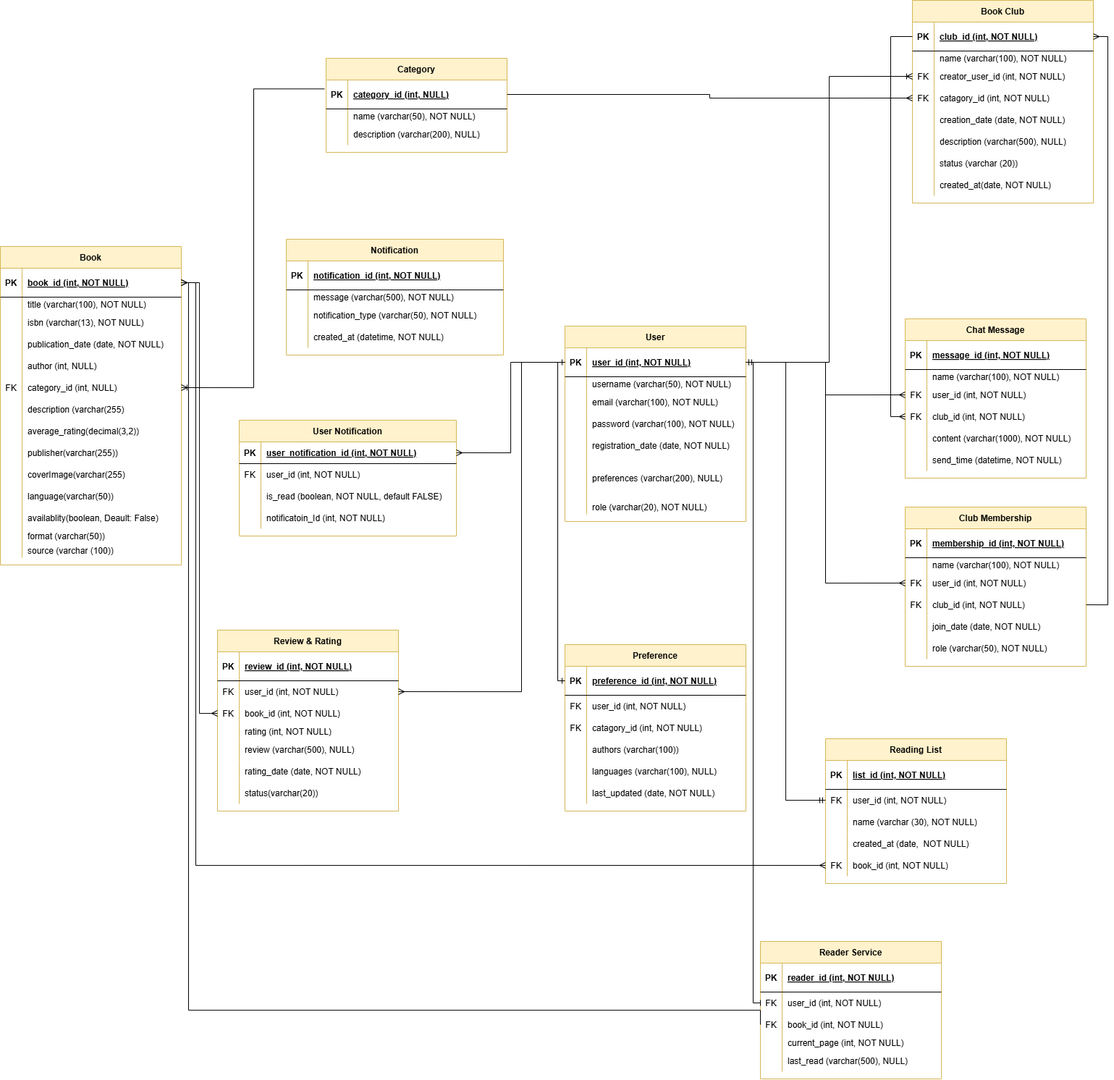
The draw.io diagram New folder/Untitled Diagram.drawio.png in Kkgenkai/Draw.io, before a commit. Source tidied: cells renumbered, new cells last; positions are measured from the earlier drawing's top-left corner, leaving out a move shared by most shapes.
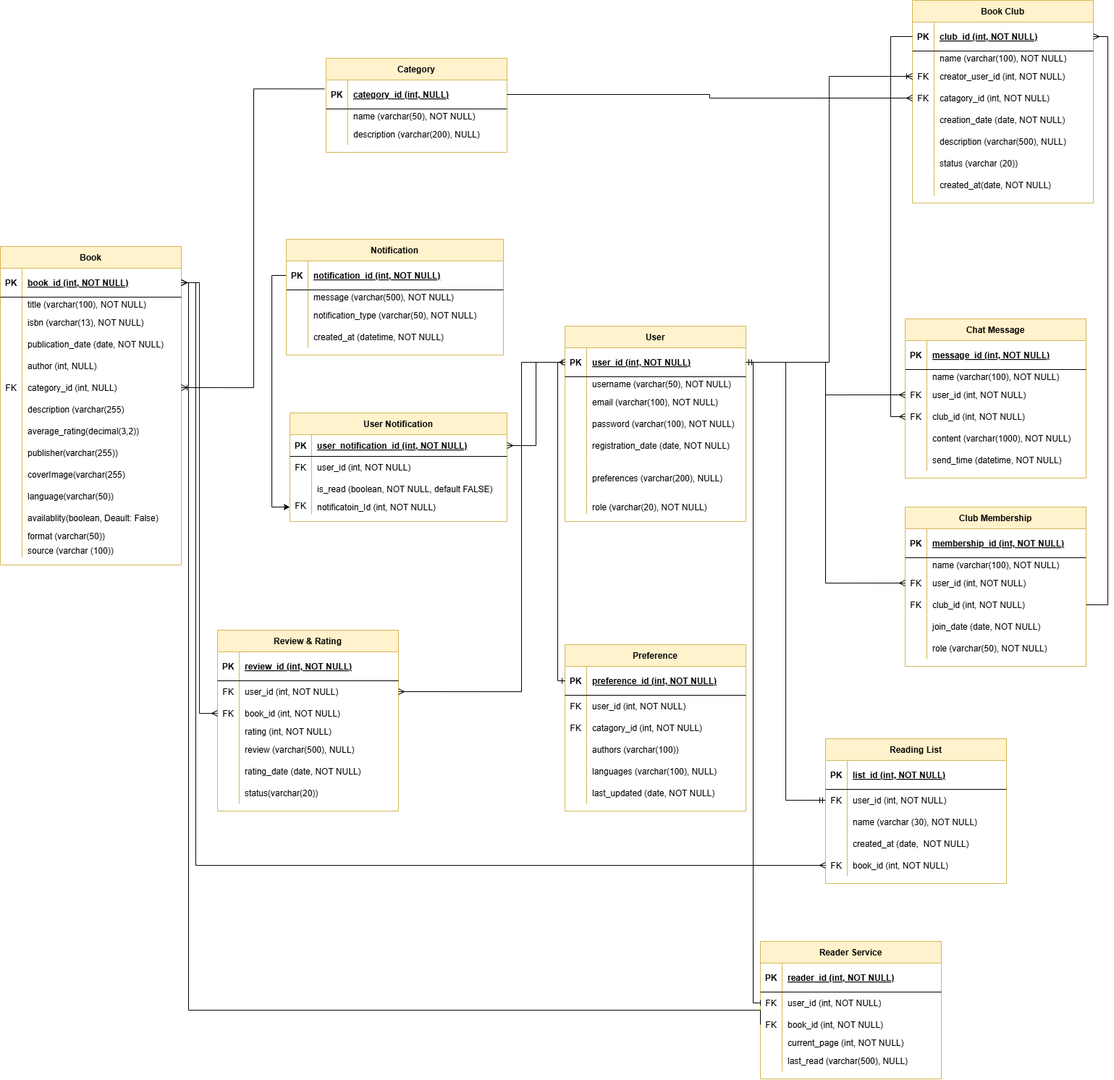
Later version of the same file.

Diff of the diagram source:
```diff
@@ -496,6 +496,9 @@
     <mxCell id="164" value="send_time (datetime, NOT NULL)" style="shape=partialRectangle;overflow=hidden;fillColor=none;top=0;left=0;bottom=0;right=0;align=left;spacingLeft=6;" parent="162" vertex="1">
       <mxGeometry x="30" width="220" height="30" as="geometry" />
     </mxCell>
+    <mxCell id="254" style="edgeStyle=orthogonalEdgeStyle;rounded=0;jettySize=auto;html=1;entryX=0;entryY=0.5;entryDx=0;entryDy=0;exitX=0;exitY=0.5;exitDx=0;exitDy=0;" parent="1" edge="1" source="166" target="232">
+      <mxGeometry relative="1" as="geometry" />
+    </mxCell>
     <mxCell id="165" value="Notification" style="shape=table;startSize=30;rowLines=0;fontStyle=1;align=center;fillColor=#fff2cc;strokeColor=#d6b656;" parent="1" vertex="1">
       <mxGeometry x="395" y="330" width="300" height="160" as="geometry" />
     </mxCell>
@@ -673,7 +676,7 @@
       </mxGeometry>
     </mxCell>
     <mxCell id="222" value="User Notification" style="shape=table;startSize=30;rowLines=0;fontStyle=1;align=center;fillColor=#fff2cc;strokeColor=#d6b656;" parent="1" vertex="1">
-      <mxGeometry x="330" y="580" width="300" height="160" as="geometry" />
+      <mxGeometry x="400" y="570" width="300" height="150" as="geometry" />
     </mxCell>
     <mxCell id="223" style="shape=partialRectangle;fillColor=none;points=[[0,0.5],[1,0.5]];portConstraint=eastwest;top=0;left=0;right=0;bottom=1;" parent="222" vertex="1">
       <mxGeometry y="30" width="300" height="30" as="geometry" />
@@ -703,13 +706,13 @@
       <mxGeometry x="30" width="270" height="30" as="geometry" />
     </mxCell>
     <mxCell id="232" style="shape=partialRectangle;fillColor=none;points=[[0,0.5],[1,0.5]];portConstraint=eastwest;top=0;left=0;right=0;bottom=0;" parent="222" vertex="1">
-      <mxGeometry y="120" width="300" height="30" as="geometry" />
+      <mxGeometry y="120" width="300" height="20" as="geometry" />
     </mxCell>
-    <mxCell id="233" style="shape=partialRectangle;overflow=hidden;fillColor=none;top=0;left=0;bottom=0;right=0;" parent="232" vertex="1">
-      <mxGeometry width="30" height="30" as="geometry" />
+    <mxCell id="233" value="FK&#10;" style="shape=partialRectangle;overflow=hidden;fillColor=none;top=0;left=0;bottom=0;right=0;" parent="232" vertex="1">
+      <mxGeometry width="30" height="20" as="geometry" />
     </mxCell>
     <mxCell id="234" value="notificatoin_Id (int, NOT NULL)" style="shape=partialRectangle;overflow=hidden;fillColor=none;top=0;left=0;bottom=0;right=0;align=left;spacingLeft=6;" parent="232" vertex="1">
-      <mxGeometry x="30" width="270" height="30" as="geometry" />
+      <mxGeometry x="30" width="270" height="20" as="geometry" />
     </mxCell>
     <mxCell id="235" value="Reader Service" style="shape=table;startSize=30;rowLines=0;fontStyle=1;align=center;fillColor=#fff2cc;strokeColor=#d6b656;" parent="1" vertex="1">
       <mxGeometry x="1050" y="1300" width="250" height="190" as="geometry" />
@@ -770,7 +773,7 @@
     <mxCell id="252" style="fontSize=12;html=1;endArrow=ERone;rounded=0;exitX=0;exitY=0.5;exitDx=0;exitDy=0;entryX=1;entryY=0.5;entryDx=0;entryDy=0;edgeStyle=orthogonalEdgeStyle;endFill=0;startArrow=baseDash;startFill=0;" parent="1" edge="1" source="239" target="3">
       <mxGeometry relative="1" as="geometry" />
     </mxCell>
-    <mxCell id="253" style="edgeStyle=orthogonalEdgeStyle;fontSize=12;html=1;endArrow=ERmany;endFill=0;rounded=0;exitX=0;exitY=0.5;exitDx=0;exitDy=0;entryX=1;entryY=0.5;entryDx=0;entryDy=0;" parent="1" edge="1" source="3" target="223">
+    <mxCell id="253" style="edgeStyle=orthogonalEdgeStyle;fontSize=12;html=1;endArrow=ERmany;endFill=0;rounded=0;exitX=0;exitY=0.5;exitDx=0;exitDy=0;entryX=1;entryY=0.5;entryDx=0;entryDy=0;startArrow=ERmany;startFill=0;" parent="1" edge="1" source="3" target="223">
       <mxGeometry relative="1" as="geometry" />
     </mxCell>
   </root>
```
